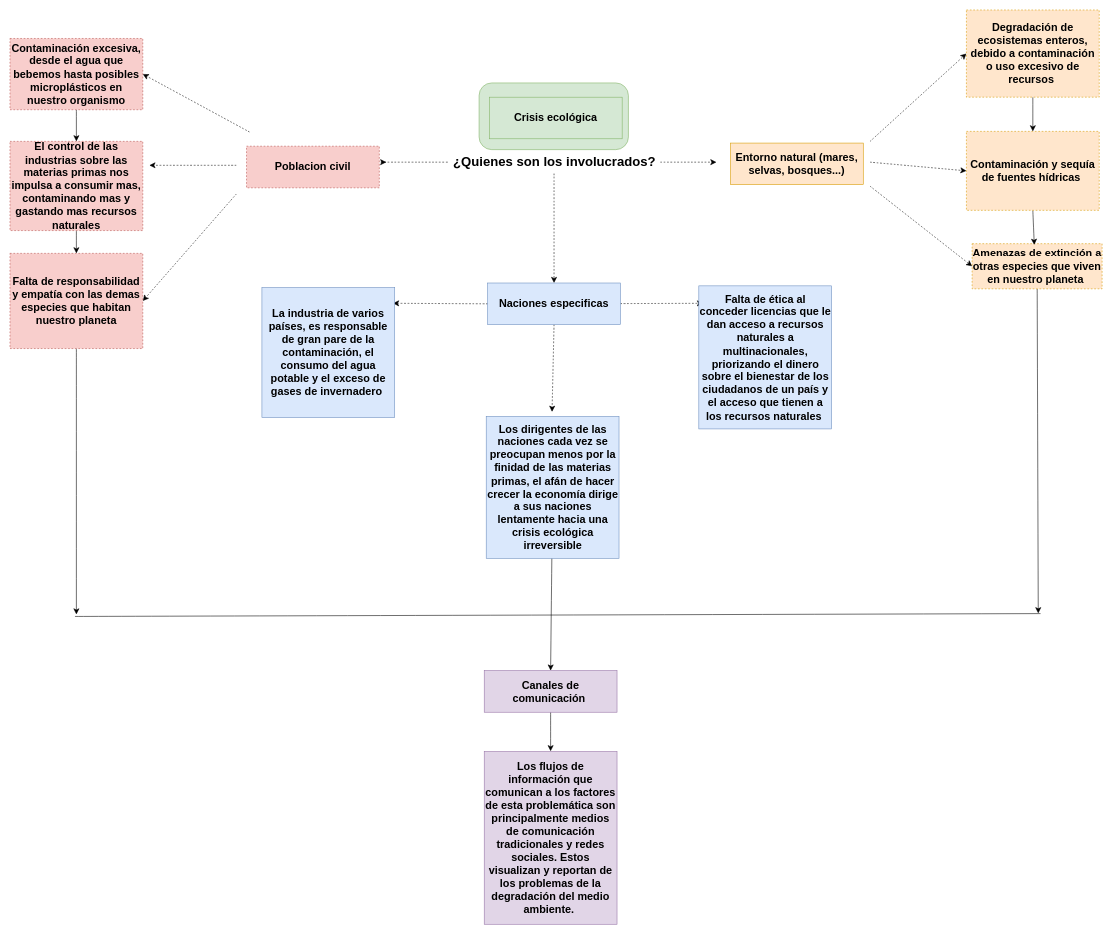
The draw.io diagram Diagrama sin título.drawio in Jprecial2002/Modelo-conceptual, before the edit. Source tidied: cells renumbered, new cells numbered last; positions are measured from the earlier drawing's top-left corner, leaving out a move shared by most shapes. Both pictures are drawn from the tidied source at 57%, with x=0, y=0 at pixel (10, 10).
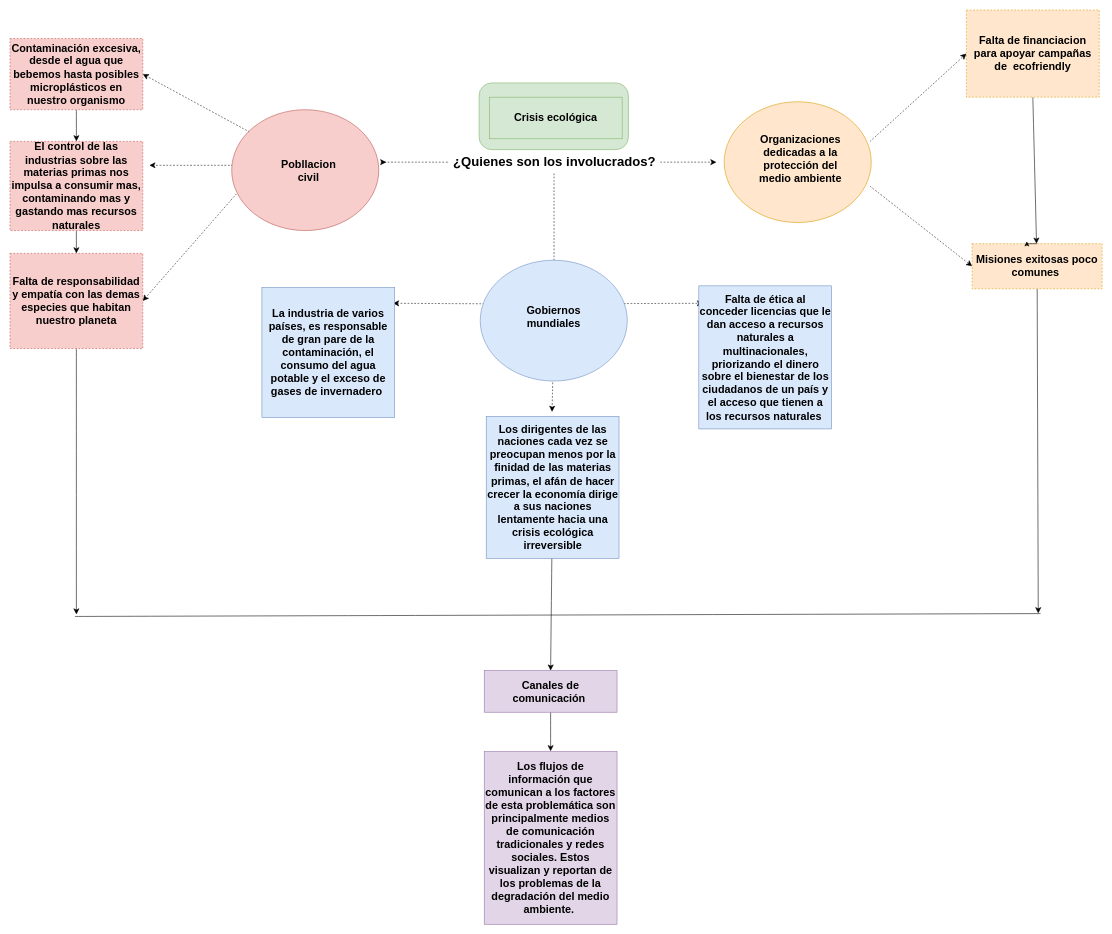
The same page after the edit.

The change refers to these unchanged cells:
```xml
<mxCell id="7" value="&lt;span style=&quot;font-size: 23px;&quot;&gt;&lt;b&gt;¿Quienes son los involucrados?&lt;/b&gt;&lt;/span&gt;" style="text;html=1;align=center;verticalAlign=middle;points=[];strokeColor=none;fillColor=none;fontSize=16;" parent="1" vertex="1">
  <mxGeometry x="768" y="247" width="373" height="40" as="geometry" />
</mxCell>
<mxCell id="32" value="&lt;span style=&quot;font-size: 19px;&quot;&gt;&lt;b&gt;La industria de varios países, es responsable de gran pare de la contaminación, el consumo del agua potable y el exceso de gases de invernadero&amp;nbsp;&lt;/b&gt;&lt;/span&gt;" style="text;html=1;align=center;verticalAlign=middle;whiteSpace=wrap;rounded=0;fillColor=#dae8fc;strokeColor=#6c8ebf;" parent="1" vertex="1">
  <mxGeometry x="442" y="487" width="233" height="228" as="geometry" />
</mxCell>
<mxCell id="35" value="&lt;span style=&quot;font-size: 19px;&quot;&gt;&lt;b&gt;Falta de ética al conceder licencias que le dan acceso a recursos naturales a multinacionales, priorizando el dinero sobre el bienestar de los ciudadanos de un país y el acceso que tienen a los recursos naturales&amp;nbsp;&lt;/b&gt;&lt;/span&gt;" style="text;html=1;align=center;verticalAlign=middle;whiteSpace=wrap;rounded=0;fillColor=#dae8fc;strokeColor=#6c8ebf;" parent="1" vertex="1">
  <mxGeometry x="1208.5" y="484" width="233" height="251" as="geometry" />
</mxCell>
```

The edit, as a diff of the source:
```diff
@@
-    <mxCell id="4" style="edgeStyle=none;curved=1;rounded=0;jettySize=auto;html=1;fontSize=12;startSize=8;endSize=8;dashed=1;entryX=0.5;entryY=0;entryDx=0;entryDy=0;" parent="1" edge="1" source="7" target="18">
-      <mxGeometry relative="1" as="geometry" />
+    <mxCell id="4" style="edgeStyle=none;curved=1;rounded=0;jettySize=auto;html=1;fontSize=12;startSize=8;endSize=8;dashed=1;entryX=0.5;entryY=0;entryDx=0;entryDy=0;" parent="1" edge="1" source="7">
+      <mxGeometry relative="1" as="geometry">
+        <mxPoint x="954.5" y="479" as="targetPoint" />
+      </mxGeometry>
     </mxCell>
@@
-    <mxCell id="10" value="&lt;span style=&quot;font-size: 19px;&quot;&gt;&lt;b&gt;Poblacion civil&lt;/b&gt;&lt;/span&gt;" style="text;html=1;align=center;verticalAlign=middle;whiteSpace=wrap;rounded=0;fillColor=#f8cecc;strokeColor=#b85450;dashed=1;" parent="1" vertex="1">
-      <mxGeometry x="415" y="239" width="233" height="73" as="geometry" />
-    </mxCell>
@@
-    <mxCell id="12" style="edgeStyle=none;curved=1;rounded=0;jettySize=auto;html=1;fontSize=12;startSize=8;endSize=8;dashed=1;entryX=0;entryY=0.5;entryDx=0;entryDy=0;" parent="1" edge="1" target="29">
-      <mxGeometry relative="1" as="geometry">
-        <mxPoint x="1509" y="267" as="sourcePoint" />
-      </mxGeometry>
-    </mxCell>
@@
-    <mxCell id="14" value="&lt;span style=&quot;font-size: 19px;&quot;&gt;&lt;b&gt;Entorno natural (mares, selvas, bosques...)&lt;/b&gt;&lt;/span&gt;" style="text;html=1;align=center;verticalAlign=middle;whiteSpace=wrap;rounded=0;fillColor=#ffe6cc;strokeColor=#d79b00;" parent="1" vertex="1">
-      <mxGeometry x="1264" y="233.5" width="233" height="73" as="geometry" />
-    </mxCell>
-    <mxCell id="15" style="edgeStyle=none;curved=1;rounded=0;jettySize=auto;html=1;fontSize=12;startSize=8;endSize=8;dashed=1;exitX=0.5;exitY=1;exitDx=0;exitDy=0;" parent="1" edge="1" source="18">
+    <mxCell id="15" style="edgeStyle=none;curved=1;rounded=0;orthogonalLoop=1;jettySize=auto;html=1;fontSize=12;startSize=8;endSize=8;dashed=1;exitX=0.5;exitY=1;exitDx=0;exitDy=0;" parent="1" edge="1">
       <mxGeometry relative="1" as="geometry">
+        <mxPoint x="954.5" y="552" as="sourcePoint" />
         <mxPoint x="951" y="705" as="targetPoint" />
       </mxGeometry>
     </mxCell>
-    <mxCell id="16" style="edgeStyle=none;curved=1;rounded=0;jettySize=auto;html=1;fontSize=12;startSize=8;endSize=8;dashed=1;entryX=0.987;entryY=0.121;entryDx=0;entryDy=0;entryPerimeter=0;exitX=0;exitY=0.5;exitDx=0;exitDy=0;" parent="1" edge="1" source="18" target="32">
-      <mxGeometry relative="1" as="geometry" />
+    <mxCell id="16" style="edgeStyle=none;curved=1;rounded=0;jettySize=auto;html=1;fontSize=12;startSize=8;endSize=8;dashed=1;entryX=0.987;entryY=0.121;entryDx=0;entryDy=0;entryPerimeter=0;exitX=0;exitY=0.5;exitDx=0;exitDy=0;" parent="1" edge="1" target="32">
+      <mxGeometry relative="1" as="geometry">
+        <mxPoint x="838" y="515.5" as="sourcePoint" />
+      </mxGeometry>
     </mxCell>
-    <mxCell id="17" style="edgeStyle=none;curved=1;rounded=0;jettySize=auto;html=1;fontSize=12;startSize=8;endSize=8;dashed=1;entryX=0.032;entryY=0.122;entryDx=0;entryDy=0;entryPerimeter=0;" parent="1" edge="1" source="18" target="35">
-      <mxGeometry relative="1" as="geometry" />
+    <mxCell id="17" style="edgeStyle=none;curved=1;rounded=0;jettySize=auto;html=1;fontSize=12;startSize=8;endSize=8;dashed=1;entryX=0.032;entryY=0.122;entryDx=0;entryDy=0;entryPerimeter=0;" parent="1" edge="1" target="35">
+      <mxGeometry relative="1" as="geometry">
+        <mxPoint x="1071" y="515.1" as="sourcePoint" />
+      </mxGeometry>
     </mxCell>
-    <mxCell id="18" value="&lt;span style=&quot;font-size: 19px;&quot;&gt;&lt;b&gt;Naciones especificas&lt;/b&gt;&lt;/span&gt;" style="text;html=1;align=center;verticalAlign=middle;whiteSpace=wrap;rounded=0;fillColor=#dae8fc;strokeColor=#6c8ebf;" parent="1" vertex="1">
-      <mxGeometry x="838" y="479" width="233" height="73" as="geometry" />
-    </mxCell>
@@
-    <mxCell id="27" value="&lt;span style=&quot;font-size: 19px;&quot;&gt;&lt;b&gt;Amenazas de extinción a otras especies que viven en nuestro planeta&amp;nbsp;&lt;/b&gt;&lt;/span&gt;" style="text;html=1;align=center;verticalAlign=middle;whiteSpace=wrap;rounded=0;fillColor=#ffe6cc;strokeColor=#d79b00;dashed=1;" parent="1" vertex="1">
+    <mxCell id="27" value="&lt;span style=&quot;font-size: 19px;&quot;&gt;&lt;b&gt;Misiones exitosas poco comunes&amp;nbsp;&lt;/b&gt;&lt;/span&gt;" style="text;html=1;align=center;verticalAlign=middle;whiteSpace=wrap;rounded=0;fillColor=#ffe6cc;strokeColor=#d79b00;dashed=1;" parent="1" vertex="1">
       <mxGeometry x="1688" y="410" width="228" height="79.2" as="geometry" />
     </mxCell>
-    <mxCell id="28" style="edgeStyle=none;curved=1;rounded=0;jettySize=auto;html=1;exitX=0.5;exitY=1;exitDx=0;exitDy=0;fontSize=12;startSize=8;endSize=8;" parent="1" edge="1" source="29">
-      <mxGeometry relative="1" as="geometry">
-        <mxPoint x="1797" y="412" as="targetPoint" />
-      </mxGeometry>
-    </mxCell>
-    <mxCell id="29" value="&lt;span style=&quot;font-size: 19px;&quot;&gt;&lt;b&gt;Contaminación y sequía de fuentes hídricas&amp;nbsp;&lt;/b&gt;&lt;/span&gt;" style="text;html=1;align=center;verticalAlign=middle;whiteSpace=wrap;rounded=0;fillColor=#ffe6cc;strokeColor=#d79b00;dashed=1;" parent="1" vertex="1">
-      <mxGeometry x="1678" y="213" width="233" height="138.5" as="geometry" />
-    </mxCell>
-    <mxCell id="30" style="edgeStyle=none;curved=1;rounded=0;jettySize=auto;html=1;exitX=0.5;exitY=1;exitDx=0;exitDy=0;fontSize=12;startSize=8;endSize=8;" parent="1" edge="1" source="31" target="29">
+    <mxCell id="30" style="edgeStyle=none;curved=1;rounded=0;jettySize=auto;html=1;exitX=0.5;exitY=1;exitDx=0;exitDy=0;fontSize=12;startSize=8;endSize=8;" parent="1" edge="1" source="31" target="27">
       <mxGeometry relative="1" as="geometry" />
     </mxCell>
-    <mxCell id="31" value="&lt;span style=&quot;font-size: 19px;&quot;&gt;&lt;b&gt;Degradación de ecosistemas enteros, debido a contaminación o uso excesivo de recursos&amp;nbsp;&lt;/b&gt;&lt;/span&gt;" style="text;html=1;align=center;verticalAlign=middle;whiteSpace=wrap;rounded=0;fillColor=#ffe6cc;strokeColor=#d79b00;dashed=1;" parent="1" vertex="1">
+    <mxCell id="31" value="&lt;span style=&quot;font-size: 19px;&quot;&gt;&lt;b&gt;Falta de financiacion para apoyar campañas de&amp;nbsp; ecofriendly&lt;/b&gt;&lt;/span&gt;" style="text;html=1;align=center;verticalAlign=middle;whiteSpace=wrap;rounded=0;fillColor=#ffe6cc;strokeColor=#d79b00;dashed=1;" parent="1" vertex="1">
       <mxGeometry x="1678" width="233" height="153" as="geometry" />
     </mxCell>
@@
+    <mxCell id="40" style="ellipse;whiteSpace=wrap;html=1;fillColor=#f8cecc;strokeColor=#b85450;" parent="1" vertex="1">
+      <mxGeometry x="389" y="175" width="258" height="212" as="geometry" />
+    </mxCell>
@@
+    <mxCell id="41" value="&lt;span style=&quot;font-size: 19px;&quot;&gt;&lt;b&gt;Pobllacion civil&lt;/b&gt;&lt;/span&gt;" style="text;html=1;align=center;verticalAlign=middle;whiteSpace=wrap;rounded=0;strokeWidth=1;" parent="1" vertex="1">
+      <mxGeometry x="494" y="267.2" width="60" height="30" as="geometry" />
+    </mxCell>
+    <mxCell id="42" style="ellipse;whiteSpace=wrap;html=1;fillColor=#ffe6cc;strokeColor=#d79b00;" parent="1" vertex="1">
+      <mxGeometry x="1253" y="161" width="258" height="212" as="geometry" />
+    </mxCell>
+    <mxCell id="43" style="ellipse;whiteSpace=wrap;html=1;fillColor=#dae8fc;strokeColor=#6c8ebf;" parent="1" vertex="1">
+      <mxGeometry x="825" y="439" width="258" height="212" as="geometry" />
+    </mxCell>
+    <mxCell id="44" value="&lt;span style=&quot;font-size: 19px;&quot;&gt;&lt;b&gt;Gobiernos mundiales&lt;/b&gt;&lt;/span&gt;" style="text;html=1;align=center;verticalAlign=middle;whiteSpace=wrap;rounded=0;strokeWidth=1;" parent="1" vertex="1">
+      <mxGeometry x="924" y="523" width="60" height="30" as="geometry" />
+    </mxCell>
+    <mxCell id="45" value="&lt;span style=&quot;font-size: 19px;&quot;&gt;&lt;b&gt;Organizaciones dedicadas a la protección del medio ambiente&lt;/b&gt;&lt;/span&gt;" style="text;html=1;align=center;verticalAlign=middle;whiteSpace=wrap;rounded=0;strokeWidth=1;" parent="1" vertex="1">
+      <mxGeometry x="1298" y="247.2" width="178" height="30" as="geometry" />
+    </mxCell>
+    <mxCell id="46" style="edgeStyle=orthogonalEdgeStyle;rounded=0;orthogonalLoop=1;jettySize=auto;html=1;exitX=0.5;exitY=0;exitDx=0;exitDy=0;entryX=0.421;entryY=-0.05;entryDx=0;entryDy=0;entryPerimeter=0;" parent="1" edge="1" source="27" target="27">
+      <mxGeometry relative="1" as="geometry" />
+    </mxCell>
```
